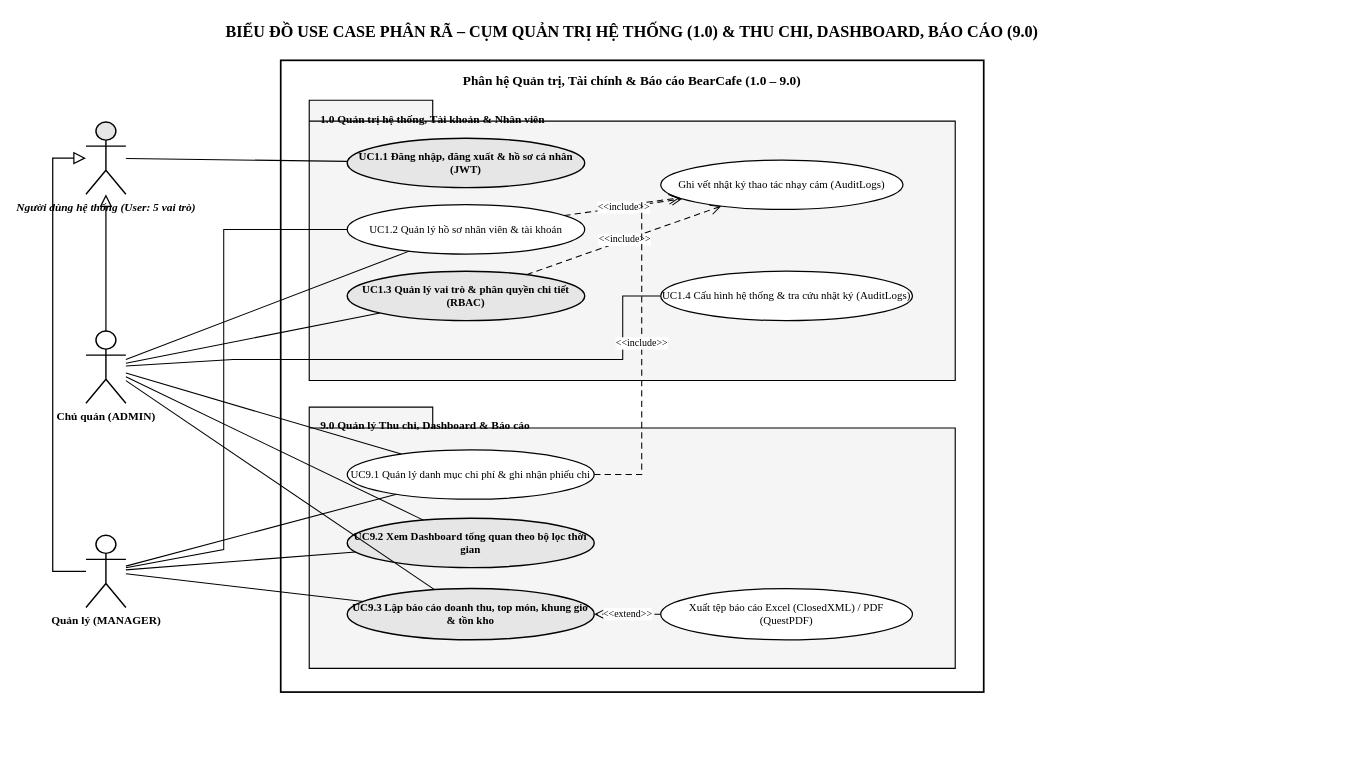
Above: BaoCao_BearCafe/diagrams/06_UC_PhanRa_QuanTri_BaoCao.drawio in Storqh/CNPM (draw.io), before the change. Source tidied: cells renumbered, new cells numbered last; positions are measured from the earlier drawing's top-left corner, leaving out a move shared by most shapes. Both pictures are drawn from the tidied source at 95%, with x=0, y=0 at pixel (52, 16).
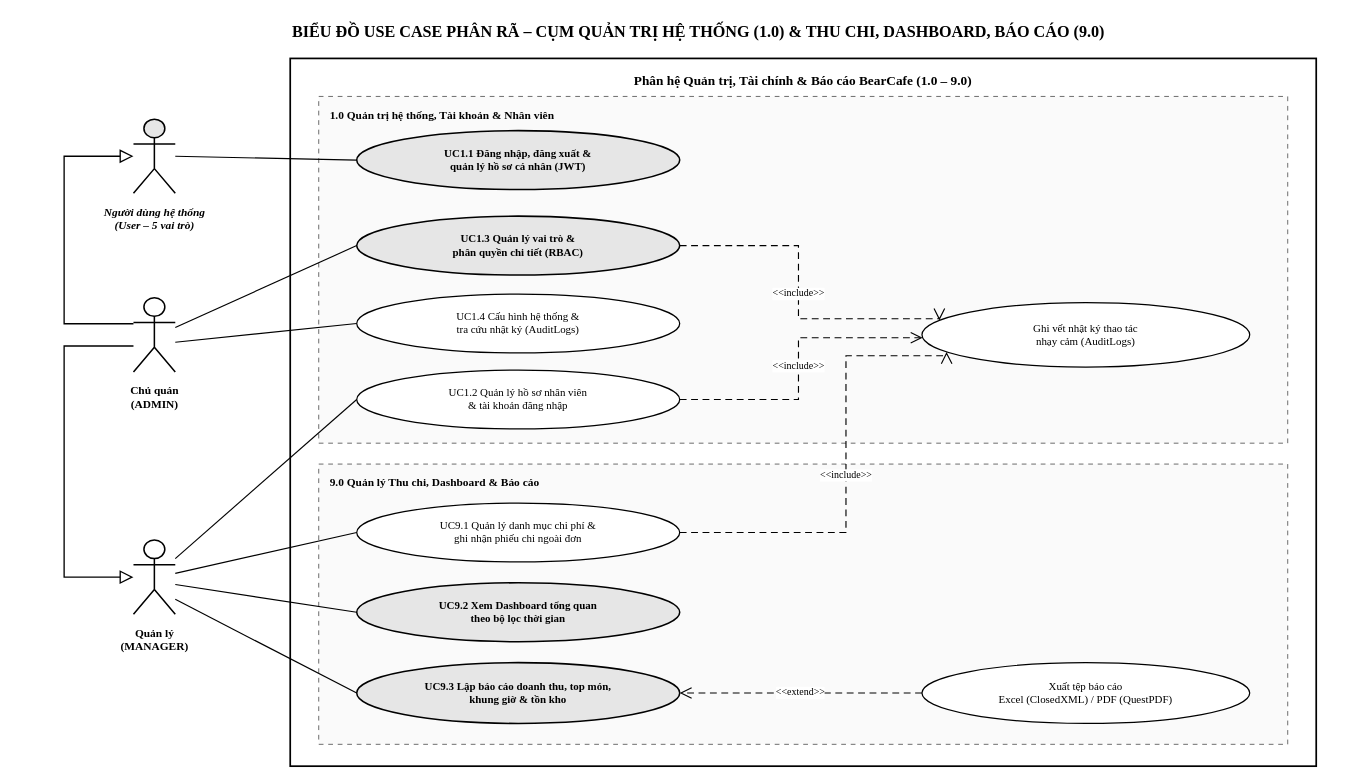
Above is the later version.

Change to the diagram source:
```diff
@@
-    <mxCell id="2" value="BIỂU ĐỒ USE CASE PHÂN RÃ – CỤM QUẢN TRỊ HỆ THỐNG (1.0) &amp; THU CHI, DASHBOARD, BÁO CÁO (9.0)" style="text;html=1;strokeColor=none;fillColor=none;align=center;verticalAlign=middle;whiteSpace=wrap;fontFamily=Times New Roman;fontSize=17;fontStyle=1;fontColor=#000000;" parent="1" vertex="1">
-      <mxGeometry x="10" width="1200" height="34" as="geometry" />
+    <mxCell id="2" value="BIỂU ĐỒ USE CASE PHÂN RÃ – CỤM QUẢN TRỊ HỆ THỐNG (1.0) &amp;amp; THU CHI, DASHBOARD, BÁO CÁO (9.0)" style="text;html=1;strokeColor=none;fillColor=none;align=center;verticalAlign=middle;whiteSpace=wrap;fontFamily=Times New Roman;fontSize=17;fontStyle=1;fontColor=#000000;" parent="1" vertex="1">
+      <mxGeometry width="1360" height="34" as="geometry" />
     </mxCell>
-    <mxCell id="3" value="Phân hệ Quản trị, Tài chính &amp; Báo cáo BearCafe (1.0 – 9.0)" style="rounded=0;whiteSpace=wrap;html=1;fillColor=#FFFFFF;strokeColor=#000000;strokeWidth=1.8;verticalAlign=top;align=center;spacingTop=8;fontFamily=Times New Roman;fontSize=14;fontStyle=1;fontColor=#000000;" parent="1" vertex="1">
-      <mxGeometry x="240" y="46" width="740" height="665" as="geometry" />
+    <mxCell id="3" value="Phân hệ Quản trị, Tài chính &amp;amp; Báo cáo BearCafe (1.0 – 9.0)" style="rounded=0;whiteSpace=wrap;html=1;fillColor=#FFFFFF;strokeColor=#000000;strokeWidth=1.8;verticalAlign=top;align=center;spacingTop=10;fontFamily=Times New Roman;fontSize=14;fontStyle=1;fontColor=#000000;" parent="1" vertex="1">
+      <mxGeometry x="250" y="44" width="1080" height="745" as="geometry" />
     </mxCell>
-    <mxCell id="4" value="Người dùng hệ thống (User: 5 vai trò)" style="shape=umlActor;verticalLabelPosition=bottom;verticalAlign=top;html=1;outlineConnect=0;fillColor=#E6E6E6;strokeColor=#000000;strokeWidth=1.5;fontFamily=Times New Roman;fontSize=12;fontStyle=3;fontColor=#000000;" parent="1" vertex="1">
-      <mxGeometry x="35" y="111" width="42" height="76" as="geometry" />
+    <mxCell id="4" value="Người dùng hệ thống&lt;br/&gt;(User – 5 vai trò)" style="shape=umlActor;verticalLabelPosition=bottom;verticalAlign=top;html=1;outlineConnect=0;fillColor=#E6E6E6;strokeColor=#000000;strokeWidth=1.6;fontFamily=Times New Roman;fontSize=12;fontStyle=3;fontColor=#000000;spacingTop=6;" parent="1" vertex="1">
+      <mxGeometry x="85" y="108" width="44" height="78" as="geometry" />
     </mxCell>
-    <mxCell id="5" value="Chủ quán (ADMIN)" style="shape=umlActor;verticalLabelPosition=bottom;verticalAlign=top;html=1;outlineConnect=0;fillColor=#FFFFFF;strokeColor=#000000;strokeWidth=1.5;fontFamily=Times New Roman;fontSize=12;fontStyle=1;fontColor=#000000;" parent="1" vertex="1">
-      <mxGeometry x="35" y="331" width="42" height="76" as="geometry" />
+    <mxCell id="5" value="Chủ quán&lt;br/&gt;(ADMIN)" style="shape=umlActor;verticalLabelPosition=bottom;verticalAlign=top;html=1;outlineConnect=0;fillColor=#FFFFFF;strokeColor=#000000;strokeWidth=1.6;fontFamily=Times New Roman;fontSize=12;fontStyle=1;fontColor=#000000;spacingTop=6;" parent="1" vertex="1">
+      <mxGeometry x="85" y="296" width="44" height="78" as="geometry" />
     </mxCell>
-    <mxCell id="6" value="Quản lý (MANAGER)" style="shape=umlActor;verticalLabelPosition=bottom;verticalAlign=top;html=1;outlineConnect=0;fillColor=#FFFFFF;strokeColor=#000000;strokeWidth=1.5;fontFamily=Times New Roman;fontSize=12;fontStyle=1;fontColor=#000000;" parent="1" vertex="1">
-      <mxGeometry x="35" y="546" width="42" height="76" as="geometry" />
+    <mxCell id="6" value="Quản lý&lt;br/&gt;(MANAGER)" style="shape=umlActor;verticalLabelPosition=bottom;verticalAlign=top;html=1;outlineConnect=0;fillColor=#FFFFFF;strokeColor=#000000;strokeWidth=1.6;fontFamily=Times New Roman;fontSize=12;fontStyle=1;fontColor=#000000;spacingTop=6;" parent="1" vertex="1">
+      <mxGeometry x="85" y="551" width="44" height="78" as="geometry" />
     </mxCell>
+    <mxCell id="18" style="edgeStyle=orthogonalEdgeStyle;endArrow=block;endFill=0;endSize=11;html=1;strokeColor=#000000;strokeWidth=1.4;rounded=0;exitX=0;exitY=0.35;entryX=0;entryY=0.5;" parent="1" edge="1" source="5" target="4">
+      <mxGeometry relative="1" as="geometry">
+        <Array as="points">
+          <mxPoint x="12" y="323" />
+          <mxPoint x="12" y="147" />
+        </Array>
+      </mxGeometry>
+    </mxCell>
+    <mxCell id="35" style="edgeStyle=orthogonalEdgeStyle;endArrow=block;endFill=0;endSize=11;html=1;strokeColor=#000000;strokeWidth=1.4;rounded=0;exitX=0;exitY=0.65;entryX=0;entryY=0.5;" parent="1" edge="1" source="5" target="6">
+      <mxGeometry relative="1" as="geometry">
+        <Array as="points">
+          <mxPoint x="12" y="347" />
+          <mxPoint x="12" y="590" />
+        </Array>
+      </mxGeometry>
+    </mxCell>
-    <mxCell id="7" value="1.0 Quản trị hệ thống, Tài khoản &amp; Nhân viên" style="shape=folder;fontStyle=1;spacingTop=6;tabWidth=130;tabHeight=22;tabPosition=left;html=1;whiteSpace=wrap;fillColor=#F5F5F5;strokeColor=#000000;strokeWidth=1.2;verticalAlign=top;align=left;spacingLeft=10;fontFamily=Times New Roman;fontSize=12;fontColor=#000000;" parent="1" vertex="1">
-      <mxGeometry x="270" y="88" width="680" height="295" as="geometry" />
+    <mxCell id="7" value="1.0 Quản trị hệ thống, Tài khoản &amp;amp; Nhân viên" style="rounded=0;whiteSpace=wrap;html=1;fillColor=#FAFAFA;strokeColor=#666666;strokeWidth=1;dashed=1;dashPattern=5 5;verticalAlign=top;align=left;spacingLeft=10;spacingTop=6;fontFamily=Times New Roman;fontSize=12;fontStyle=1;fontColor=#000000;" parent="1" vertex="1">
+      <mxGeometry x="280" y="84" width="1020" height="365" as="geometry" />
     </mxCell>
-    <mxCell id="8" value="9.0 Quản lý Thu chi, Dashboard &amp; Báo cáo" style="shape=folder;fontStyle=1;spacingTop=6;tabWidth=130;tabHeight=22;tabPosition=left;html=1;whiteSpace=wrap;fillColor=#F5F5F5;strokeColor=#000000;strokeWidth=1.2;verticalAlign=top;align=left;spacingLeft=10;fontFamily=Times New Roman;fontSize=12;fontColor=#000000;" parent="1" vertex="1">
-      <mxGeometry x="270" y="411" width="680" height="275" as="geometry" />
+    <mxCell id="8" value="9.0 Quản lý Thu chi, Dashboard &amp;amp; Báo cáo" style="rounded=0;whiteSpace=wrap;html=1;fillColor=#FAFAFA;strokeColor=#666666;strokeWidth=1;dashed=1;dashPattern=5 5;verticalAlign=top;align=left;spacingLeft=10;spacingTop=6;fontFamily=Times New Roman;fontSize=12;fontStyle=1;fontColor=#000000;" parent="1" vertex="1">
+      <mxGeometry x="280" y="471" width="1020" height="295" as="geometry" />
     </mxCell>
-    <mxCell id="9" value="UC1.1 Đăng nhập, đăng xuất &amp; hồ sơ cá nhân (JWT)" style="ellipse;whiteSpace=wrap;html=1;fillColor=#E6E6E6;strokeColor=#000000;strokeWidth=1.5;fontFamily=Times New Roman;fontSize=11.5;fontStyle=1;fontColor=#000000;align=center;verticalAlign=middle;" parent="1" vertex="1">
-      <mxGeometry x="310" y="128" width="250" height="52" as="geometry" />
+    <mxCell id="9" value="UC1.1 Đăng nhập, đăng xuất &amp;amp;&lt;br/&gt;quản lý hồ sơ cá nhân (JWT)" style="ellipse;whiteSpace=wrap;html=1;fillColor=#E6E6E6;strokeColor=#000000;strokeWidth=1.6;fontFamily=Times New Roman;fontSize=11.5;fontStyle=1;fontColor=#000000;align=center;verticalAlign=middle;spacing=4;" parent="1" vertex="1">
+      <mxGeometry x="320" y="120" width="340" height="62" as="geometry" />
     </mxCell>
-    <mxCell id="10" value="UC1.2 Quản lý hồ sơ nhân viên &amp; tài khoản" style="ellipse;whiteSpace=wrap;html=1;fillColor=#FFFFFF;strokeColor=#000000;strokeWidth=1.3;fontFamily=Times New Roman;fontSize=11.5;fontColor=#000000;align=center;verticalAlign=middle;" parent="1" vertex="1">
-      <mxGeometry x="310" y="198" width="250" height="52" as="geometry" />
-    </mxCell>
-    <mxCell id="11" value="UC1.3 Quản lý vai trò &amp; phân quyền chi tiết (RBAC)" style="ellipse;whiteSpace=wrap;html=1;fillColor=#E6E6E6;strokeColor=#000000;strokeWidth=1.5;fontFamily=Times New Roman;fontSize=11.5;fontStyle=1;fontColor=#000000;align=center;verticalAlign=middle;" parent="1" vertex="1">
-      <mxGeometry x="310" y="268" width="250" height="52" as="geometry" />
+    <mxCell id="11" value="UC1.3 Quản lý vai trò &amp;amp;&lt;br/&gt;phân quyền chi tiết (RBAC)" style="ellipse;whiteSpace=wrap;html=1;fillColor=#E6E6E6;strokeColor=#000000;strokeWidth=1.6;fontFamily=Times New Roman;fontSize=11.5;fontStyle=1;fontColor=#000000;align=center;verticalAlign=middle;spacing=4;" parent="1" vertex="1">
+      <mxGeometry x="320" y="210" width="340" height="62" as="geometry" />
     </mxCell>
-    <mxCell id="12" value="UC1.4 Cấu hình hệ thống &amp; tra cứu nhật ký (AuditLogs)" style="ellipse;whiteSpace=wrap;html=1;fillColor=#FFFFFF;strokeColor=#000000;strokeWidth=1.3;fontFamily=Times New Roman;fontSize=11.5;fontColor=#000000;align=center;verticalAlign=middle;" parent="1" vertex="1">
-      <mxGeometry x="640" y="268" width="265" height="52" as="geometry" />
+    <mxCell id="12" value="UC1.4 Cấu hình hệ thống &amp;amp;&lt;br/&gt;tra cứu nhật ký (AuditLogs)" style="ellipse;whiteSpace=wrap;html=1;fillColor=#FFFFFF;strokeColor=#000000;strokeWidth=1.3;fontFamily=Times New Roman;fontSize=11.5;fontColor=#000000;align=center;verticalAlign=middle;spacing=4;" parent="1" vertex="1">
+      <mxGeometry x="320" y="292" width="340" height="62" as="geometry" />
     </mxCell>
-    <mxCell id="13" value="Ghi vết nhật ký thao tác nhạy cảm (AuditLogs)" style="ellipse;whiteSpace=wrap;html=1;fillColor=#FFFFFF;strokeColor=#000000;strokeWidth=1.3;fontFamily=Times New Roman;fontSize=11.5;fontColor=#000000;align=center;verticalAlign=middle;" parent="1" vertex="1">
-      <mxGeometry x="640" y="151" width="255" height="52" as="geometry" />
-    </mxCell>
+    <mxCell id="10" value="UC1.2 Quản lý hồ sơ nhân viên&lt;br/&gt;&amp;amp; tài khoản đăng nhập" style="ellipse;whiteSpace=wrap;html=1;fillColor=#FFFFFF;strokeColor=#000000;strokeWidth=1.3;fontFamily=Times New Roman;fontSize=11.5;fontColor=#000000;align=center;verticalAlign=middle;spacing=4;" parent="1" vertex="1">
+      <mxGeometry x="320" y="372" width="340" height="62" as="geometry" />
+    </mxCell>
-    <mxCell id="14" value="UC9.1 Quản lý danh mục chi phí &amp; ghi nhận phiếu chi" style="ellipse;whiteSpace=wrap;html=1;fillColor=#FFFFFF;strokeColor=#000000;strokeWidth=1.3;fontFamily=Times New Roman;fontSize=11.5;fontColor=#000000;align=center;verticalAlign=middle;" parent="1" vertex="1">
-      <mxGeometry x="310" y="456" width="260" height="52" as="geometry" />
+    <mxCell id="14" value="UC9.1 Quản lý danh mục chi phí &amp;amp;&lt;br/&gt;ghi nhận phiếu chi ngoài đơn" style="ellipse;whiteSpace=wrap;html=1;fillColor=#FFFFFF;strokeColor=#000000;strokeWidth=1.3;fontFamily=Times New Roman;fontSize=11.5;fontColor=#000000;align=center;verticalAlign=middle;spacing=4;" parent="1" vertex="1">
+      <mxGeometry x="320" y="512" width="340" height="62" as="geometry" />
     </mxCell>
-    <mxCell id="15" value="UC9.2 Xem Dashboard tổng quan theo bộ lọc thời gian" style="ellipse;whiteSpace=wrap;html=1;fillColor=#E6E6E6;strokeColor=#000000;strokeWidth=1.5;fontFamily=Times New Roman;fontSize=11.5;fontStyle=1;fontColor=#000000;align=center;verticalAlign=middle;" parent="1" vertex="1">
-      <mxGeometry x="310" y="528" width="260" height="52" as="geometry" />
+    <mxCell id="15" value="UC9.2 Xem Dashboard tổng quan&lt;br/&gt;theo bộ lọc thời gian" style="ellipse;whiteSpace=wrap;html=1;fillColor=#E6E6E6;strokeColor=#000000;strokeWidth=1.6;fontFamily=Times New Roman;fontSize=11.5;fontStyle=1;fontColor=#000000;align=center;verticalAlign=middle;spacing=4;" parent="1" vertex="1">
+      <mxGeometry x="320" y="596" width="340" height="62" as="geometry" />
     </mxCell>
-    <mxCell id="16" value="UC9.3 Lập báo cáo doanh thu, top món, khung giờ &amp; tồn kho" style="ellipse;whiteSpace=wrap;html=1;fillColor=#E6E6E6;strokeColor=#000000;strokeWidth=1.5;fontFamily=Times New Roman;fontSize=11.5;fontStyle=1;fontColor=#000000;align=center;verticalAlign=middle;" parent="1" vertex="1">
-      <mxGeometry x="310" y="602" width="260" height="54" as="geometry" />
+    <mxCell id="16" value="UC9.3 Lập báo cáo doanh thu, top món,&lt;br/&gt;khung giờ &amp;amp; tồn kho" style="ellipse;whiteSpace=wrap;html=1;fillColor=#E6E6E6;strokeColor=#000000;strokeWidth=1.6;fontFamily=Times New Roman;fontSize=11.5;fontStyle=1;fontColor=#000000;align=center;verticalAlign=middle;spacing=4;" parent="1" vertex="1">
+      <mxGeometry x="320" y="680" width="340" height="64" as="geometry" />
     </mxCell>
+    <mxCell id="13" value="Ghi vết nhật ký thao tác&lt;br/&gt;nhạy cảm (AuditLogs)" style="ellipse;whiteSpace=wrap;html=1;fillColor=#FFFFFF;strokeColor=#000000;strokeWidth=1.3;fontFamily=Times New Roman;fontSize=11.5;fontColor=#000000;align=center;verticalAlign=middle;spacing=4;" parent="1" vertex="1">
+      <mxGeometry x="915" y="301" width="345" height="68" as="geometry" />
+    </mxCell>
-    <mxCell id="17" value="Xuất tệp báo cáo Excel (ClosedXML) / PDF (QuestPDF)" style="ellipse;whiteSpace=wrap;html=1;fillColor=#FFFFFF;strokeColor=#000000;strokeWidth=1.3;fontFamily=Times New Roman;fontSize=11.5;fontColor=#000000;align=center;verticalAlign=middle;" parent="1" vertex="1">
-      <mxGeometry x="640" y="602" width="265" height="54" as="geometry" />
+    <mxCell id="17" value="Xuất tệp báo cáo&lt;br/&gt;Excel (ClosedXML) / PDF (QuestPDF)" style="ellipse;whiteSpace=wrap;html=1;fillColor=#FFFFFF;strokeColor=#000000;strokeWidth=1.3;fontFamily=Times New Roman;fontSize=11.5;fontColor=#000000;align=center;verticalAlign=middle;spacing=4;" parent="1" vertex="1">
+      <mxGeometry x="915" y="680" width="345" height="64" as="geometry" />
     </mxCell>
-    <mxCell id="18" style="endArrow=block;endFill=0;endSize=10;html=1;strokeColor=#000000;strokeWidth=1.3;rounded=0;" parent="1" edge="1" source="5" target="4">
-      <mxGeometry relative="1" as="geometry" />
-    </mxCell>
-    <mxCell id="19" style="endArrow=block;endFill=0;endSize=10;html=1;strokeColor=#000000;strokeWidth=1.3;rounded=0;" parent="1" edge="1" source="6" target="4">
-      <mxGeometry relative="1" as="geometry">
-        <Array as="points">
-          <mxPoint y="584" />
-          <mxPoint y="149" />
-        </Array>
-      </mxGeometry>
-    </mxCell>
-    <mxCell id="20" style="endArrow=none;html=1;strokeColor=#000000;strokeWidth=1.1;rounded=0;" parent="1" edge="1" source="4" target="9">
+    <mxCell id="20" style="endArrow=none;html=1;strokeColor=#000000;strokeWidth=1.2;rounded=0;exitX=1;exitY=0.5;entryX=0;entryY=0.5;" parent="1" edge="1" source="4" target="9">
       <mxGeometry relative="1" as="geometry" />
     </mxCell>
-    <mxCell id="21" style="endArrow=none;html=1;strokeColor=#000000;strokeWidth=1.1;rounded=0;" parent="1" edge="1" source="5" target="10">
-      <mxGeometry relative="1" as="geometry" />
-    </mxCell>
-    <mxCell id="22" style="endArrow=none;html=1;strokeColor=#000000;strokeWidth=1.1;rounded=0;" parent="1" edge="1" source="5" target="11">
+    <mxCell id="22" style="endArrow=none;html=1;strokeColor=#000000;strokeWidth=1.2;rounded=0;exitX=1;exitY=0.4;entryX=0;entryY=0.5;" parent="1" edge="1" source="5" target="11">
       <mxGeometry relative="1" as="geometry" />
     </mxCell>
-    <mxCell id="23" style="endArrow=none;html=1;strokeColor=#000000;strokeWidth=1.1;rounded=0;" parent="1" edge="1" source="5" target="14">
-      <mxGeometry relative="1" as="geometry" />
-    </mxCell>
-    <mxCell id="24" style="endArrow=none;html=1;strokeColor=#000000;strokeWidth=1.1;rounded=0;" parent="1" edge="1" source="5" target="15">
-      <mxGeometry relative="1" as="geometry" />
-    </mxCell>
-    <mxCell id="25" style="endArrow=none;html=1;strokeColor=#000000;strokeWidth=1.1;rounded=0;" parent="1" edge="1" source="5" target="16">
-      <mxGeometry relative="1" as="geometry" />
-    </mxCell>
-    <mxCell id="26" style="endArrow=none;html=1;strokeColor=#000000;strokeWidth=1.1;rounded=0;" parent="1" edge="1" source="5" target="12">
-      <mxGeometry relative="1" as="geometry">
-        <Array as="points">
-          <mxPoint x="190" y="361" />
-          <mxPoint x="600" y="361" />
-          <mxPoint x="600" y="294" />
-        </Array>
-      </mxGeometry>
+    <mxCell id="26" style="endArrow=none;html=1;strokeColor=#000000;strokeWidth=1.2;rounded=0;exitX=1;exitY=0.6;entryX=0;entryY=0.5;" parent="1" edge="1" source="5" target="12">
+      <mxGeometry relative="1" as="geometry" />
     </mxCell>
-    <mxCell id="27" style="endArrow=none;html=1;strokeColor=#000000;strokeWidth=1.1;rounded=0;" parent="1" edge="1" source="6" target="10">
-      <mxGeometry relative="1" as="geometry">
-        <Array as="points">
-          <mxPoint x="180" y="561" />
-          <mxPoint x="180" y="224" />
-        </Array>
-      </mxGeometry>
+    <mxCell id="27" style="endArrow=none;html=1;strokeColor=#000000;strokeWidth=1.2;rounded=0;exitX=1;exitY=0.25;entryX=0;entryY=0.5;" parent="1" edge="1" source="6" target="10">
+      <mxGeometry relative="1" as="geometry" />
     </mxCell>
-    <mxCell id="28" style="endArrow=none;html=1;strokeColor=#000000;strokeWidth=1.1;rounded=0;" parent="1" edge="1" source="6" target="14">
+    <mxCell id="28" style="endArrow=none;html=1;strokeColor=#000000;strokeWidth=1.2;rounded=0;exitX=1;exitY=0.45;entryX=0;entryY=0.5;" parent="1" edge="1" source="6" target="14">
       <mxGeometry relative="1" as="geometry" />
     </mxCell>
-    <mxCell id="29" style="endArrow=none;html=1;strokeColor=#000000;strokeWidth=1.1;rounded=0;" parent="1" edge="1" source="6" target="15">
+    <mxCell id="29" style="endArrow=none;html=1;strokeColor=#000000;strokeWidth=1.2;rounded=0;exitX=1;exitY=0.6;entryX=0;entryY=0.5;" parent="1" edge="1" source="6" target="15">
       <mxGeometry relative="1" as="geometry" />
     </mxCell>
-    <mxCell id="30" style="endArrow=none;html=1;strokeColor=#000000;strokeWidth=1.1;rounded=0;" parent="1" edge="1" source="6" target="16">
+    <mxCell id="30" style="endArrow=none;html=1;strokeColor=#000000;strokeWidth=1.2;rounded=0;exitX=1;exitY=0.8;entryX=0;entryY=0.5;" parent="1" edge="1" source="6" target="16">
       <mxGeometry relative="1" as="geometry" />
     </mxCell>
-    <mxCell id="31" value="&amp;lt;&amp;lt;include&amp;gt;&amp;gt;" style="endArrow=open;endSize=9;dashed=1;dashPattern=6 4;html=1;strokeColor=#000000;strokeWidth=1.1;fontFamily=Times New Roman;fontSize=10.5;fontColor=#000000;labelBackgroundColor=#FFFFFF;rounded=0;" parent="1" edge="1" source="11" target="13">
-      <mxGeometry relative="1" as="geometry" />
+    <mxCell id="31" value="&amp;lt;&amp;lt;include&amp;gt;&amp;gt;" style="edgeStyle=orthogonalEdgeStyle;endArrow=open;endSize=10;dashed=1;dashPattern=6 4;html=1;strokeColor=#000000;strokeWidth=1.2;fontFamily=Times New Roman;fontSize=10.5;fontColor=#000000;labelBackgroundColor=#FFFFFF;rounded=0;exitX=1;exitY=0.5;entryX=0;entryY=0.25;" parent="1" edge="1" source="11" target="13">
+      <mxGeometry relative="1" as="geometry">
+        <Array as="points">
+          <mxPoint x="785" y="241" />
+          <mxPoint x="785" y="318" />
+        </Array>
+      </mxGeometry>
     </mxCell>
-    <mxCell id="32" value="&amp;lt;&amp;lt;include&amp;gt;&amp;gt;" style="endArrow=open;endSize=9;dashed=1;dashPattern=6 4;html=1;strokeColor=#000000;strokeWidth=1.1;fontFamily=Times New Roman;fontSize=10.5;fontColor=#000000;labelBackgroundColor=#FFFFFF;rounded=0;" parent="1" edge="1" source="10" target="13">
-      <mxGeometry relative="1" as="geometry" />
+    <mxCell id="32" value="&amp;lt;&amp;lt;include&amp;gt;&amp;gt;" style="edgeStyle=orthogonalEdgeStyle;endArrow=open;endSize=10;dashed=1;dashPattern=6 4;html=1;strokeColor=#000000;strokeWidth=1.2;fontFamily=Times New Roman;fontSize=10.5;fontColor=#000000;labelBackgroundColor=#FFFFFF;rounded=0;exitX=1;exitY=0.5;entryX=0;entryY=0.55;" parent="1" edge="1" source="10" target="13">
+      <mxGeometry relative="1" as="geometry">
+        <Array as="points">
+          <mxPoint x="785" y="403" />
+          <mxPoint x="785" y="338" />
+        </Array>
+      </mxGeometry>
     </mxCell>
-    <mxCell id="33" value="&amp;lt;&amp;lt;include&amp;gt;&amp;gt;" style="endArrow=open;endSize=9;dashed=1;dashPattern=6 4;html=1;strokeColor=#000000;strokeWidth=1.1;fontFamily=Times New Roman;fontSize=10.5;fontColor=#000000;labelBackgroundColor=#FFFFFF;rounded=0;" parent="1" edge="1" source="14" target="13">
+    <mxCell id="33" value="&amp;lt;&amp;lt;include&amp;gt;&amp;gt;" style="edgeStyle=orthogonalEdgeStyle;endArrow=open;endSize=10;dashed=1;dashPattern=6 4;html=1;strokeColor=#000000;strokeWidth=1.2;fontFamily=Times New Roman;fontSize=10.5;fontColor=#000000;labelBackgroundColor=#FFFFFF;rounded=0;exitX=1;exitY=0.5;entryX=0;entryY=0.82;" parent="1" edge="1" source="14" target="13">
       <mxGeometry relative="1" as="geometry">
         <Array as="points">
-          <mxPoint x="620" y="482" />
-          <mxPoint x="620" y="196" />
+          <mxPoint x="835" y="543" />
+          <mxPoint x="835" y="357" />
         </Array>
       </mxGeometry>
     </mxCell>
-    <mxCell id="34" value="&amp;lt;&amp;lt;extend&amp;gt;&amp;gt;" style="endArrow=open;endSize=9;dashed=1;dashPattern=6 4;html=1;strokeColor=#000000;strokeWidth=1.1;fontFamily=Times New Roman;fontSize=10.5;fontColor=#000000;labelBackgroundColor=#FFFFFF;rounded=0;" parent="1" edge="1" source="17" target="16">
+    <mxCell id="34" value="&amp;lt;&amp;lt;extend&amp;gt;&amp;gt;" style="endArrow=open;endSize=10;dashed=1;dashPattern=6 4;html=1;strokeColor=#000000;strokeWidth=1.2;fontFamily=Times New Roman;fontSize=10.5;fontColor=#000000;labelBackgroundColor=#FFFFFF;rounded=0;exitX=0;exitY=0.5;entryX=1;entryY=0.5;" parent="1" edge="1" source="17" target="16">
       <mxGeometry relative="1" as="geometry" />
     </mxCell>
```
